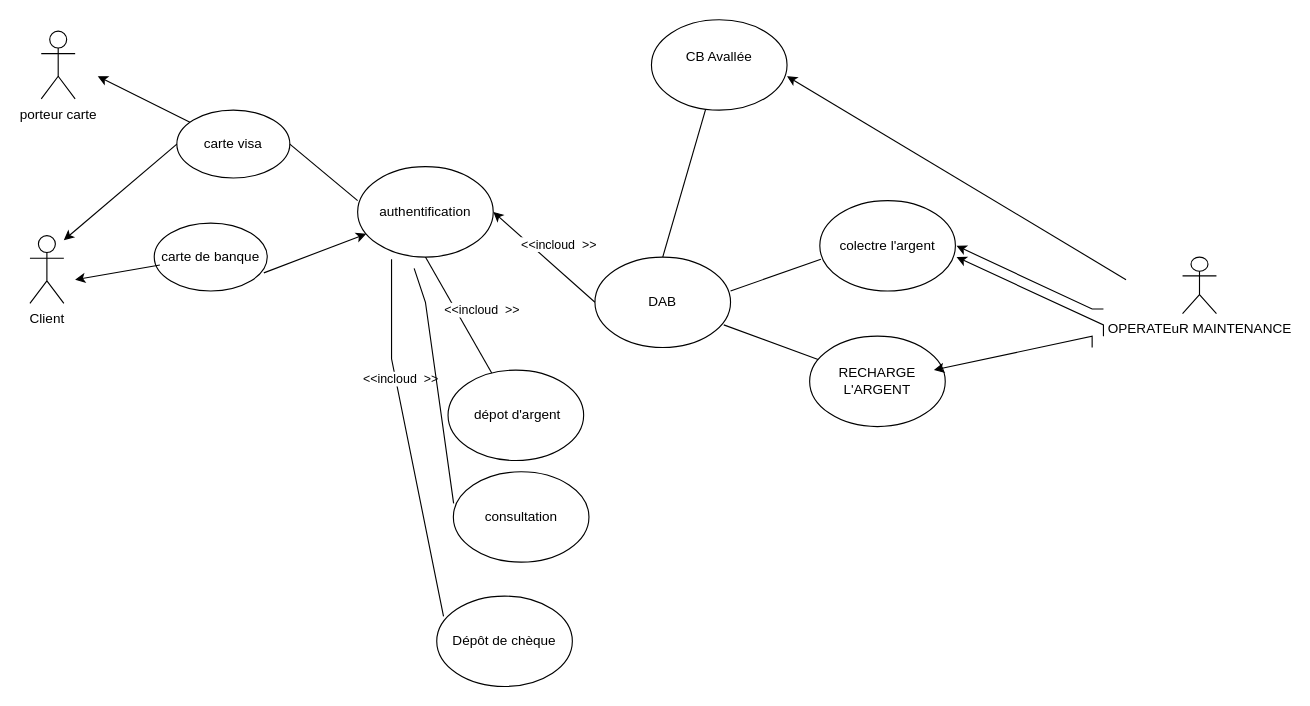
djn-web/djn-web keeps this draw.io diagram as exo_038DAB.drawio. Above is the earlier version. Source tidied: cells renumbered, new cells numbered last; positions are measured from the earlier drawing's top-left corner, leaving out a move shared by most shapes. Both pictures are drawn from the tidied source at 113%, with x=0, y=0 at pixel (29, 19).
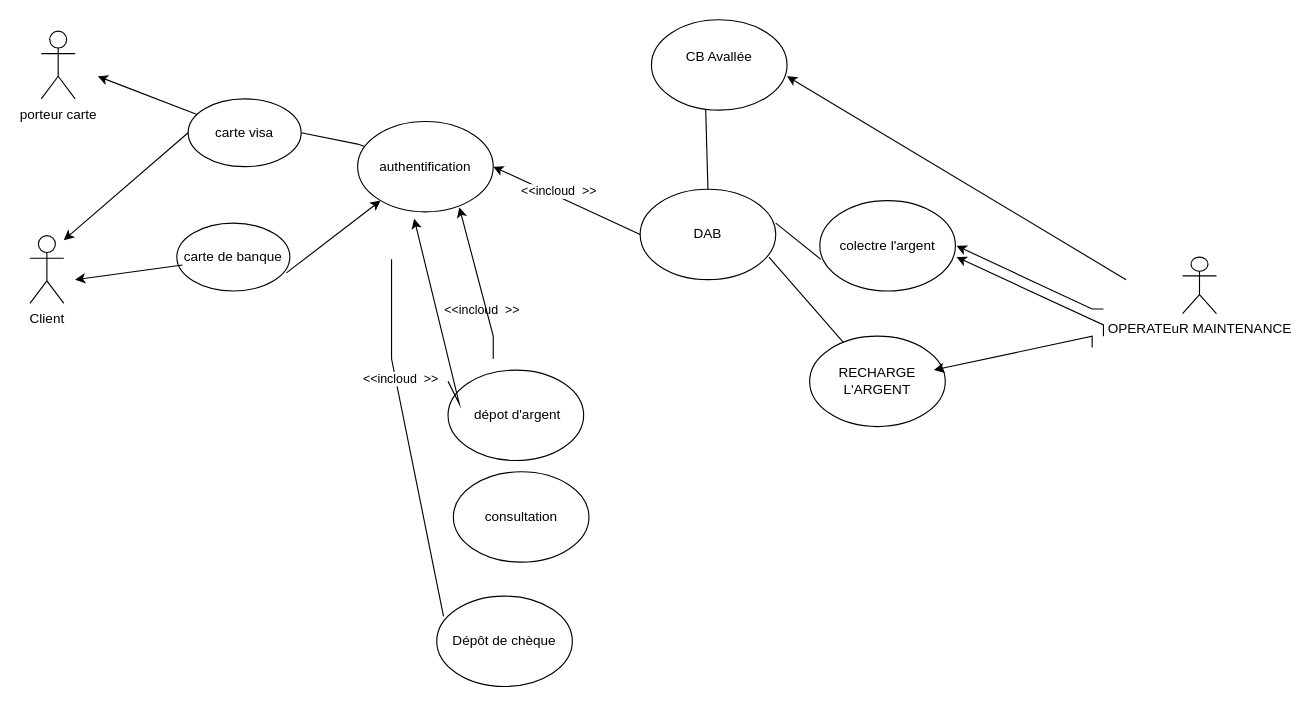
The same diagram, later.

Commit message:
Mettre à jour exo_038DAB.drawio

Unchanged cells that the change refers to:
```xml
<mxCell id="8" value="&amp;nbsp;dépot d'argent" style="ellipse;whiteSpace=wrap;html=1;" parent="1" vertex="1">
  <mxGeometry x="370" y="310" width="120" height="80" as="geometry" />
</mxCell>
<mxCell id="29" value="consultation " style="ellipse;whiteSpace=wrap;html=1;" parent="1" vertex="1">
  <mxGeometry x="374.7" y="400" width="120" height="80" as="geometry" />
</mxCell>
```

The edit, as a diff of the source:
```diff
@@
     <mxCell id="4" value="DAB" style="ellipse;whiteSpace=wrap;html=1;" parent="1" vertex="1">
-      <mxGeometry x="500" y="210" width="120" height="80" as="geometry" />
+      <mxGeometry x="540" y="150" width="120" height="80" as="geometry" />
     </mxCell>
     <mxCell id="5" value="carte visa" style="ellipse;whiteSpace=wrap;html=1;" parent="1" vertex="1">
-      <mxGeometry x="130" y="80" width="100" height="60" as="geometry" />
+      <mxGeometry x="140" y="70" width="100" height="60" as="geometry" />
     </mxCell>
@@
-    <mxCell id="11" style="endArrow=none;html=1;rounded=0;exitX=0.5;exitY=1;exitDx=0;exitDy=0;" parent="1" edge="1" source="15" target="8">
-      <mxGeometry relative="1" as="geometry" />
-    </mxCell>
@@
     <mxCell id="15" value="authentification" style="ellipse;whiteSpace=wrap;html=1;" parent="1" vertex="1">
-      <mxGeometry x="290" y="130" width="120" height="80" as="geometry" />
+      <mxGeometry x="290" y="90" width="120" height="80" as="geometry" />
     </mxCell>
-    <mxCell id="16" style="endArrow=none;html=1;rounded=0;exitX=1;exitY=0.5;exitDx=0;exitDy=0;" parent="1" edge="1" source="5">
+    <mxCell id="16" style="endArrow=none;html=1;rounded=0;exitX=1;exitY=0.5;exitDx=0;exitDy=0;" parent="1" edge="1" source="5" target="15">
       <mxGeometry relative="1" as="geometry">
-        <mxPoint x="290" y="160" as="targetPoint" />
+        <Array as="points">
+          <mxPoint x="290" y="110" />
+        </Array>
       </mxGeometry>
     </mxCell>
@@
     <mxCell id="22" value="&amp;lt;&amp;lt;incloud&amp;nbsp; &amp;gt;&amp;gt;" style="edgeLabel;html=1;align=center;verticalAlign=middle;" parent="1" vertex="1">
-      <mxGeometry x="374.7" y="307.2" as="geometry">
+      <mxGeometry x="374.7" y="260" as="geometry">
         <mxPoint x="93" y="-109" as="offset" />
       </mxGeometry>
     </mxCell>
@@
     <mxCell id="24" value="carte de banque" style="ellipse;whiteSpace=wrap;html=1;" parent="1" vertex="1">
-      <mxGeometry x="110" y="180" width="100" height="60" as="geometry" />
+      <mxGeometry x="130" y="180" width="100" height="60" as="geometry" />
     </mxCell>
@@
-    <mxCell id="30" style="endArrow=none;html=1;rounded=0;entryX=0.002;entryY=0.35;entryDx=0;entryDy=0;entryPerimeter=0;" parent="1" edge="1" target="29">
-      <mxGeometry relative="1" as="geometry">
-        <mxPoint x="340" y="220" as="sourcePoint" />
-        <Array as="points">
-          <mxPoint x="350" y="250" />
-        </Array>
-      </mxGeometry>
-    </mxCell>
@@
+    <mxCell id="34" style="endArrow=classic;html=1;rounded=0;entryX=0.75;entryY=0.95;entryDx=0;entryDy=0;entryPerimeter=0;" parent="1" edge="1" target="15">
+      <mxGeometry relative="1" as="geometry">
+        <mxPoint x="410" y="300" as="sourcePoint" />
+        <Array as="points">
+          <mxPoint x="410" y="280" />
+        </Array>
+      </mxGeometry>
+    </mxCell>
+    <mxCell id="35" style="endArrow=classic;html=1;rounded=0;" parent="1" edge="1">
+      <mxGeometry relative="1" as="geometry">
+        <mxPoint x="380" y="340" as="sourcePoint" />
+        <mxPoint x="340" y="176" as="targetPoint" />
+        <Array as="points">
+          <mxPoint x="370" y="320" />
+          <mxPoint x="380" y="340" />
+        </Array>
+      </mxGeometry>
+    </mxCell>
```
